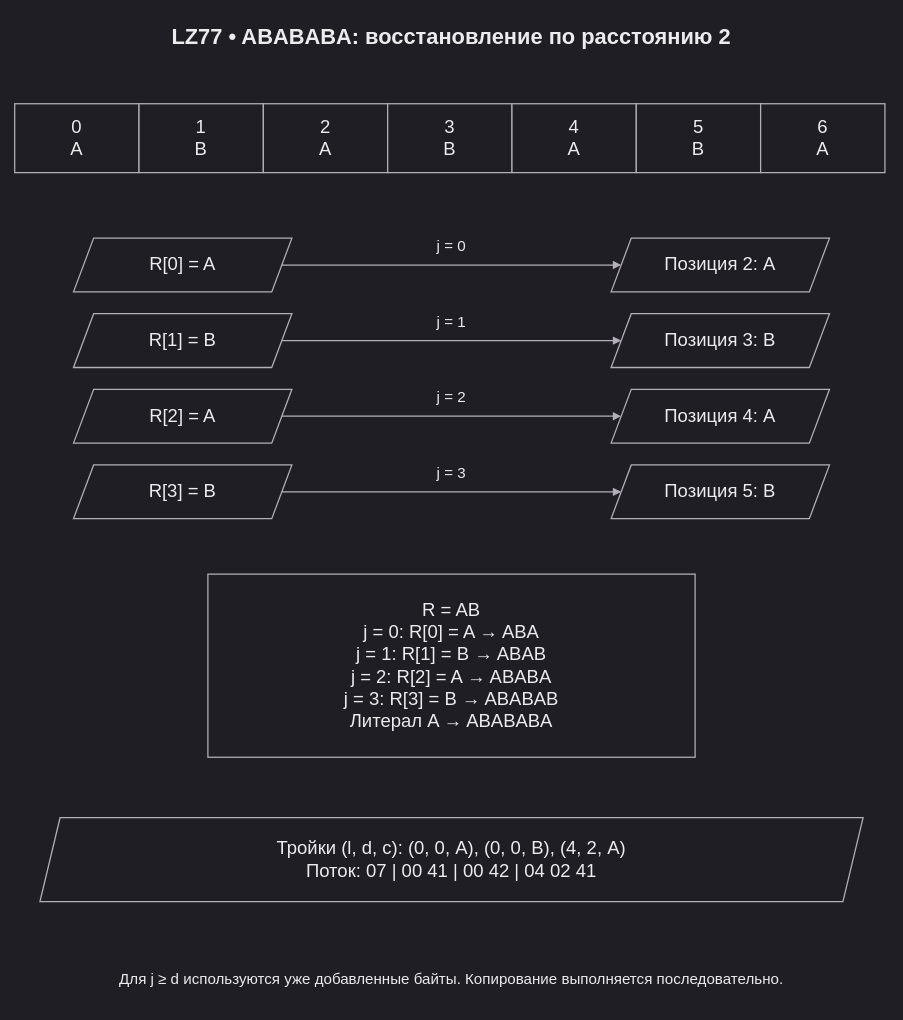
Before: page "lz77" (13 of 29) of docs/diagrams.drawio in SM1LEK/TEST, a draw.io diagram. Source tidied: cells renumbered, new cells numbered last; positions are measured from the earlier drawing's top-left corner, leaving out a move shared by most shapes. Both pictures are drawn from the tidied source at 84%, with x=0, y=0 at pixel (14, 14).
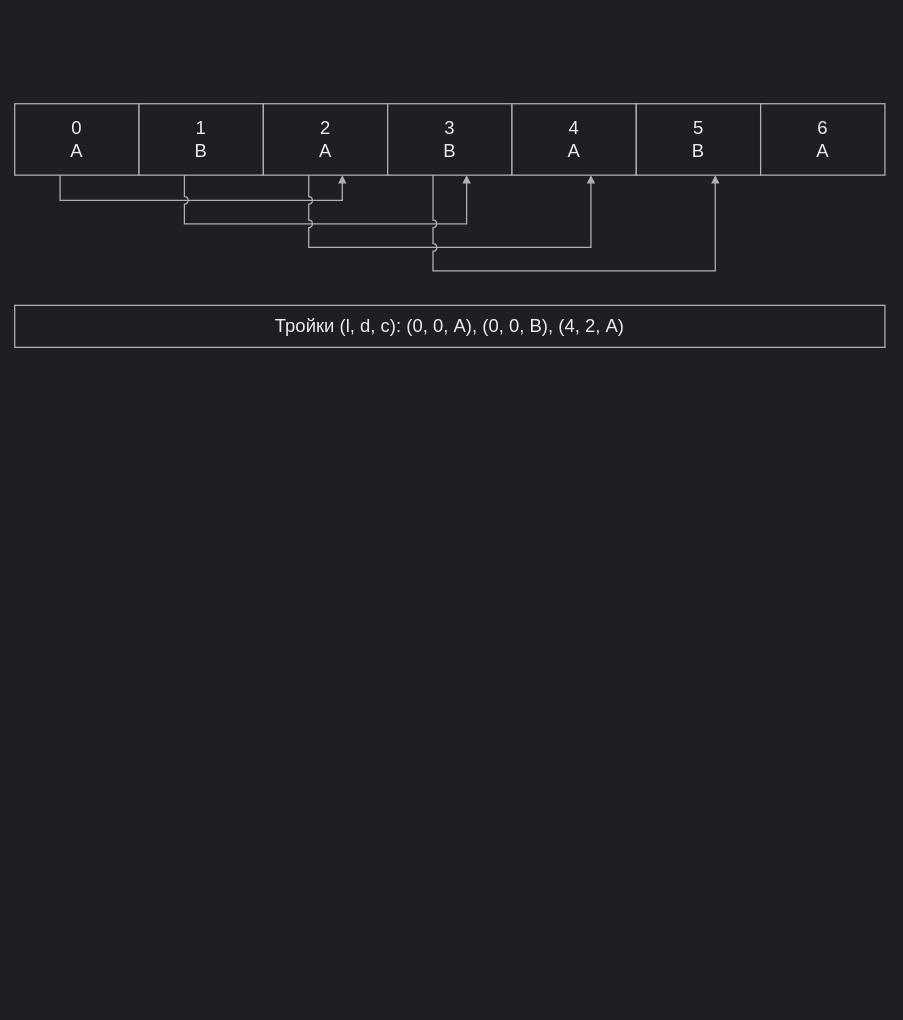
After the change.

What changed in the source:
```diff
@@
-    <mxCell id="2" value="LZ77 • ABABABA: восстановление по расстоянию 2" style="text;whiteSpace=wrap;html=0;fontFamily=Arial;fontSize=26;fontColor=#ececef;strokeColor=#b3afb9;fillColor=#1f1e24;strokeWidth=1.5;align=center;verticalAlign=middle;spacing=10;labelBackgroundColor=none;fontStyle=1;strokeColor=none;fillColor=none;" parent="1" vertex="1">
-      <mxGeometry width="1040" height="52" as="geometry" />
-    </mxCell>
-    <mxCell id="3" value="0&#10;A" style="whiteSpace=wrap;html=0;fontFamily=Arial;fontSize=22;fontColor=#ececef;strokeColor=#b3afb9;fillColor=#1f1e24;strokeWidth=1.5;align=center;verticalAlign=middle;spacing=10;labelBackgroundColor=none;rounded=0;" parent="1" vertex="1">
-      <mxGeometry y="106" width="148" height="82" as="geometry" />
+    <mxCell id="3" value="0&#10;A" style="whiteSpace=wrap;html=0;fillColor=#1f1e24;strokeColor=#b3afb9;fontColor=#ececef;fontFamily=Arial;strokeWidth=1.5;spacing=0;align=center;verticalAlign=middle;labelBackgroundColor=none;fontSize=22;rounded=0;" parent="1" vertex="1">
+      <mxGeometry y="106" width="148" height="85" as="geometry" />
     </mxCell>
-    <mxCell id="4" value="1&#10;B" style="whiteSpace=wrap;html=0;fontFamily=Arial;fontSize=22;fontColor=#ececef;strokeColor=#b3afb9;fillColor=#1f1e24;strokeWidth=1.5;align=center;verticalAlign=middle;spacing=10;labelBackgroundColor=none;rounded=0;" parent="1" vertex="1">
-      <mxGeometry x="148" y="106" width="148" height="82" as="geometry" />
+    <mxCell id="4" value="1&#10;B" style="whiteSpace=wrap;html=0;fillColor=#1f1e24;strokeColor=#b3afb9;fontColor=#ececef;fontFamily=Arial;strokeWidth=1.5;spacing=0;align=center;verticalAlign=middle;labelBackgroundColor=none;fontSize=22;rounded=0;" parent="1" vertex="1">
+      <mxGeometry x="148" y="106" width="148" height="85" as="geometry" />
     </mxCell>
-    <mxCell id="5" value="2&#10;A" style="whiteSpace=wrap;html=0;fontFamily=Arial;fontSize=22;fontColor=#ececef;strokeColor=#b3afb9;fillColor=#1f1e24;strokeWidth=1.5;align=center;verticalAlign=middle;spacing=10;labelBackgroundColor=none;rounded=0;" parent="1" vertex="1">
-      <mxGeometry x="296" y="106" width="148" height="82" as="geometry" />
+    <mxCell id="5" value="2&#10;A" style="whiteSpace=wrap;html=0;fillColor=#1f1e24;strokeColor=#b3afb9;fontColor=#ececef;fontFamily=Arial;strokeWidth=1.5;spacing=0;align=center;verticalAlign=middle;labelBackgroundColor=none;fontSize=22;rounded=0;" parent="1" vertex="1">
+      <mxGeometry x="296" y="106" width="148" height="85" as="geometry" />
     </mxCell>
-    <mxCell id="6" value="3&#10;B" style="whiteSpace=wrap;html=0;fontFamily=Arial;fontSize=22;fontColor=#ececef;strokeColor=#b3afb9;fillColor=#1f1e24;strokeWidth=1.5;align=center;verticalAlign=middle;spacing=10;labelBackgroundColor=none;rounded=0;" parent="1" vertex="1">
-      <mxGeometry x="444" y="106" width="148" height="82" as="geometry" />
+    <mxCell id="6" value="3&#10;B" style="whiteSpace=wrap;html=0;fillColor=#1f1e24;strokeColor=#b3afb9;fontColor=#ececef;fontFamily=Arial;strokeWidth=1.5;spacing=0;align=center;verticalAlign=middle;labelBackgroundColor=none;fontSize=22;rounded=0;" parent="1" vertex="1">
+      <mxGeometry x="444" y="106" width="148" height="85" as="geometry" />
     </mxCell>
-    <mxCell id="7" value="4&#10;A" style="whiteSpace=wrap;html=0;fontFamily=Arial;fontSize=22;fontColor=#ececef;strokeColor=#b3afb9;fillColor=#1f1e24;strokeWidth=1.5;align=center;verticalAlign=middle;spacing=10;labelBackgroundColor=none;rounded=0;" parent="1" vertex="1">
-      <mxGeometry x="592" y="106" width="148" height="82" as="geometry" />
+    <mxCell id="7" value="4&#10;A" style="whiteSpace=wrap;html=0;fillColor=#1f1e24;strokeColor=#b3afb9;fontColor=#ececef;fontFamily=Arial;strokeWidth=1.5;spacing=0;align=center;verticalAlign=middle;labelBackgroundColor=none;fontSize=22;rounded=0;" parent="1" vertex="1">
+      <mxGeometry x="592" y="106" width="148" height="85" as="geometry" />
     </mxCell>
-    <mxCell id="8" value="5&#10;B" style="whiteSpace=wrap;html=0;fontFamily=Arial;fontSize=22;fontColor=#ececef;strokeColor=#b3afb9;fillColor=#1f1e24;strokeWidth=1.5;align=center;verticalAlign=middle;spacing=10;labelBackgroundColor=none;rounded=0;" parent="1" vertex="1">
-      <mxGeometry x="740" y="106" width="148" height="82" as="geometry" />
+    <mxCell id="8" value="5&#10;B" style="whiteSpace=wrap;html=0;fillColor=#1f1e24;strokeColor=#b3afb9;fontColor=#ececef;fontFamily=Arial;strokeWidth=1.5;spacing=0;align=center;verticalAlign=middle;labelBackgroundColor=none;fontSize=22;rounded=0;" parent="1" vertex="1">
+      <mxGeometry x="740" y="106" width="148" height="85" as="geometry" />
     </mxCell>
-    <mxCell id="9" value="6&#10;A" style="whiteSpace=wrap;html=0;fontFamily=Arial;fontSize=22;fontColor=#ececef;strokeColor=#b3afb9;fillColor=#1f1e24;strokeWidth=1.5;align=center;verticalAlign=middle;spacing=10;labelBackgroundColor=none;rounded=0;" parent="1" vertex="1">
-      <mxGeometry x="888" y="106" width="148" height="82" as="geometry" />
+    <mxCell id="9" value="6&#10;A" style="whiteSpace=wrap;html=0;fillColor=#1f1e24;strokeColor=#b3afb9;fontColor=#ececef;fontFamily=Arial;strokeWidth=1.5;spacing=0;align=center;verticalAlign=middle;labelBackgroundColor=none;fontSize=22;rounded=0;" parent="1" vertex="1">
+      <mxGeometry x="888" y="106" width="148" height="85" as="geometry" />
     </mxCell>
-    <mxCell id="10" value="R[0] = A" style="whiteSpace=wrap;html=0;fontFamily=Arial;fontSize=22;fontColor=#ececef;strokeColor=#b3afb9;fillColor=#1f1e24;strokeWidth=1.5;align=center;verticalAlign=middle;spacing=10;labelBackgroundColor=none;shape=parallelogram;perimeter=parallelogramPerimeter;fixedSize=1;size=24;" parent="1" vertex="1">
-      <mxGeometry x="70" y="266" width="260" height="64" as="geometry" />
-    </mxCell>
-    <mxCell id="11" value="Позиция 2: A" style="whiteSpace=wrap;html=0;fontFamily=Arial;fontSize=22;fontColor=#ececef;strokeColor=#b3afb9;fillColor=#1f1e24;strokeWidth=1.5;align=center;verticalAlign=middle;spacing=10;labelBackgroundColor=none;shape=parallelogram;perimeter=parallelogramPerimeter;fixedSize=1;size=24;" parent="1" vertex="1">
-      <mxGeometry x="710" y="266" width="260" height="64" as="geometry" />
-    </mxCell>
-    <mxCell id="12" style="edgeStyle=none;rounded=0;html=0;strokeColor=#b3afb9;strokeWidth=1.5;endArrow=block;endFill=1;exitX=1;exitY=0.5;entryX=0;entryY=0.5;exitPerimeter=1;entryPerimeter=1;dashed=0;" parent="1" edge="1" source="10" target="11">
-      <mxGeometry relative="1" as="geometry" />
-    </mxCell>
-    <mxCell id="13" value="j = 0" style="text;whiteSpace=wrap;html=0;fontFamily=Arial;fontSize=18;fontColor=#ececef;strokeColor=#b3afb9;fillColor=#1f1e24;strokeWidth=1.5;align=center;verticalAlign=middle;spacing=10;labelBackgroundColor=none;strokeColor=none;fillColor=none;" parent="1" vertex="1">
-      <mxGeometry x="486" y="262" width="68" height="28" as="geometry" />
-    </mxCell>
-    <mxCell id="14" value="R[1] = B" style="whiteSpace=wrap;html=0;fontFamily=Arial;fontSize=22;fontColor=#ececef;strokeColor=#b3afb9;fillColor=#1f1e24;strokeWidth=1.5;align=center;verticalAlign=middle;spacing=10;labelBackgroundColor=none;shape=parallelogram;perimeter=parallelogramPerimeter;fixedSize=1;size=24;" parent="1" vertex="1">
-      <mxGeometry x="70" y="356" width="260" height="64" as="geometry" />
-    </mxCell>
-    <mxCell id="15" value="Позиция 3: B" style="whiteSpace=wrap;html=0;fontFamily=Arial;fontSize=22;fontColor=#ececef;strokeColor=#b3afb9;fillColor=#1f1e24;strokeWidth=1.5;align=center;verticalAlign=middle;spacing=10;labelBackgroundColor=none;shape=parallelogram;perimeter=parallelogramPerimeter;fixedSize=1;size=24;" parent="1" vertex="1">
-      <mxGeometry x="710" y="356" width="260" height="64" as="geometry" />
-    </mxCell>
-    <mxCell id="16" style="edgeStyle=none;rounded=0;html=0;strokeColor=#b3afb9;strokeWidth=1.5;endArrow=block;endFill=1;exitX=1;exitY=0.5;entryX=0;entryY=0.5;exitPerimeter=1;entryPerimeter=1;dashed=0;" parent="1" edge="1" source="14" target="15">
-      <mxGeometry relative="1" as="geometry" />
-    </mxCell>
-    <mxCell id="17" value="j = 1" style="text;whiteSpace=wrap;html=0;fontFamily=Arial;fontSize=18;fontColor=#ececef;strokeColor=#b3afb9;fillColor=#1f1e24;strokeWidth=1.5;align=center;verticalAlign=middle;spacing=10;labelBackgroundColor=none;strokeColor=none;fillColor=none;" parent="1" vertex="1">
-      <mxGeometry x="486" y="352" width="68" height="28" as="geometry" />
-    </mxCell>
-    <mxCell id="18" value="R[2] = A" style="whiteSpace=wrap;html=0;fontFamily=Arial;fontSize=22;fontColor=#ececef;strokeColor=#b3afb9;fillColor=#1f1e24;strokeWidth=1.5;align=center;verticalAlign=middle;spacing=10;labelBackgroundColor=none;shape=parallelogram;perimeter=parallelogramPerimeter;fixedSize=1;size=24;" parent="1" vertex="1">
-      <mxGeometry x="70" y="446" width="260" height="64" as="geometry" />
-    </mxCell>
-    <mxCell id="19" value="Позиция 4: A" style="whiteSpace=wrap;html=0;fontFamily=Arial;fontSize=22;fontColor=#ececef;strokeColor=#b3afb9;fillColor=#1f1e24;strokeWidth=1.5;align=center;verticalAlign=middle;spacing=10;labelBackgroundColor=none;shape=parallelogram;perimeter=parallelogramPerimeter;fixedSize=1;size=24;" parent="1" vertex="1">
-      <mxGeometry x="710" y="446" width="260" height="64" as="geometry" />
-    </mxCell>
-    <mxCell id="20" style="edgeStyle=none;rounded=0;html=0;strokeColor=#b3afb9;strokeWidth=1.5;endArrow=block;endFill=1;exitX=1;exitY=0.5;entryX=0;entryY=0.5;exitPerimeter=1;entryPerimeter=1;dashed=0;" parent="1" edge="1" source="18" target="19">
-      <mxGeometry relative="1" as="geometry" />
-    </mxCell>
-    <mxCell id="21" value="j = 2" style="text;whiteSpace=wrap;html=0;fontFamily=Arial;fontSize=18;fontColor=#ececef;strokeColor=#b3afb9;fillColor=#1f1e24;strokeWidth=1.5;align=center;verticalAlign=middle;spacing=10;labelBackgroundColor=none;strokeColor=none;fillColor=none;" parent="1" vertex="1">
-      <mxGeometry x="486" y="442" width="68" height="28" as="geometry" />
-    </mxCell>
-    <mxCell id="22" value="R[3] = B" style="whiteSpace=wrap;html=0;fontFamily=Arial;fontSize=22;fontColor=#ececef;strokeColor=#b3afb9;fillColor=#1f1e24;strokeWidth=1.5;align=center;verticalAlign=middle;spacing=10;labelBackgroundColor=none;shape=parallelogram;perimeter=parallelogramPerimeter;fixedSize=1;size=24;" parent="1" vertex="1">
-      <mxGeometry x="70" y="536" width="260" height="64" as="geometry" />
-    </mxCell>
-    <mxCell id="23" value="Позиция 5: B" style="whiteSpace=wrap;html=0;fontFamily=Arial;fontSize=22;fontColor=#ececef;strokeColor=#b3afb9;fillColor=#1f1e24;strokeWidth=1.5;align=center;verticalAlign=middle;spacing=10;labelBackgroundColor=none;shape=parallelogram;perimeter=parallelogramPerimeter;fixedSize=1;size=24;" parent="1" vertex="1">
-      <mxGeometry x="710" y="536" width="260" height="64" as="geometry" />
-    </mxCell>
-    <mxCell id="24" style="edgeStyle=none;rounded=0;html=0;strokeColor=#b3afb9;strokeWidth=1.5;endArrow=block;endFill=1;exitX=1;exitY=0.5;entryX=0;entryY=0.5;exitPerimeter=1;entryPerimeter=1;dashed=0;" parent="1" edge="1" source="22" target="23">
-      <mxGeometry relative="1" as="geometry" />
-    </mxCell>
-    <mxCell id="25" value="j = 3" style="text;whiteSpace=wrap;html=0;fontFamily=Arial;fontSize=18;fontColor=#ececef;strokeColor=#b3afb9;fillColor=#1f1e24;strokeWidth=1.5;align=center;verticalAlign=middle;spacing=10;labelBackgroundColor=none;strokeColor=none;fillColor=none;" parent="1" vertex="1">
-      <mxGeometry x="486" y="532" width="68" height="28" as="geometry" />
-    </mxCell>
-    <mxCell id="26" value="R = AB&#10;j = 0: R[0] = A → ABA&#10;j = 1: R[1] = B → ABAB&#10;j = 2: R[2] = A → ABABA&#10;j = 3: R[3] = B → ABABAB&#10;Литерал A → ABABABA" style="whiteSpace=wrap;html=0;fontFamily=Arial;fontSize=22;fontColor=#ececef;strokeColor=#b3afb9;fillColor=#1f1e24;strokeWidth=1.5;align=center;verticalAlign=middle;spacing=10;labelBackgroundColor=none;rounded=0;" parent="1" vertex="1">
-      <mxGeometry x="230" y="666" width="580" height="218" as="geometry" />
-    </mxCell>
-    <mxCell id="27" value="Тройки (l, d, c): (0, 0, A), (0, 0, B), (4, 2, A)&#10;Поток: 07 | 00 41 | 00 42 | 04 02 41" style="whiteSpace=wrap;html=0;fontFamily=Arial;fontSize=22;fontColor=#ececef;strokeColor=#b3afb9;fillColor=#1f1e24;strokeWidth=1.5;align=center;verticalAlign=middle;spacing=10;labelBackgroundColor=none;shape=parallelogram;perimeter=parallelogramPerimeter;fixedSize=1;size=24;" parent="1" vertex="1">
-      <mxGeometry x="30" y="956" width="980" height="100" as="geometry" />
-    </mxCell>
-    <mxCell id="28" value="Для j ≥ d используются уже добавленные байты. Копирование выполняется последовательно." style="text;whiteSpace=wrap;html=0;fontFamily=Arial;fontSize=18;fontColor=#ececef;strokeColor=#b3afb9;fillColor=#1f1e24;strokeWidth=1.5;align=center;verticalAlign=middle;spacing=10;labelBackgroundColor=none;strokeColor=none;fillColor=none;" parent="1" vertex="1">
-      <mxGeometry y="1116" width="1040" height="64" as="geometry" />
-    </mxCell>
+    <mxCell id="29" value="Тройки (l, d, c): (0, 0, A), (0, 0, B), (4, 2, A)" style="whiteSpace=wrap;html=0;fillColor=#1f1e24;strokeColor=#b3afb9;fontColor=#ececef;fontFamily=Arial;strokeWidth=1.5;spacing=0;align=center;verticalAlign=middle;labelBackgroundColor=none;fontSize=22;rounded=0;" parent="1" vertex="1">
+      <mxGeometry y="346" width="1036" height="50" as="geometry" />
+    </mxCell>
+    <mxCell id="30" style="edgeStyle=none;rounded=0;html=0;strokeColor=#b3afb9;strokeWidth=1.5;endArrow=block;endFill=1;dashed=0;jumpStyle=arc;jumpSize=8;" parent="1" edge="1">
+      <mxGeometry relative="1" as="geometry">
+        <mxPoint x="54" y="191" as="sourcePoint" />
+        <mxPoint x="390" y="191" as="targetPoint" />
+        <Array as="points">
+          <mxPoint x="54" y="221" />
+          <mxPoint x="197" y="221" />
+          <mxPoint x="207" y="221" />
+          <mxPoint x="345" y="221" />
+          <mxPoint x="355" y="221" />
+          <mxPoint x="390" y="221" />
+        </Array>
+      </mxGeometry>
+    </mxCell>
+    <mxCell id="31" style="edgeStyle=none;rounded=0;html=0;strokeColor=#b3afb9;strokeWidth=1.5;endArrow=block;endFill=1;dashed=0;jumpStyle=arc;jumpSize=8;" parent="1" edge="1">
+      <mxGeometry relative="1" as="geometry">
+        <mxPoint x="202" y="191" as="sourcePoint" />
+        <mxPoint x="538" y="191" as="targetPoint" />
+        <Array as="points">
+          <mxPoint x="202" y="249" />
+          <mxPoint x="345" y="249" />
+          <mxPoint x="355" y="249" />
+          <mxPoint x="493" y="249" />
+          <mxPoint x="503" y="249" />
+          <mxPoint x="538" y="249" />
+        </Array>
+      </mxGeometry>
+    </mxCell>
+    <mxCell id="32" style="edgeStyle=none;rounded=0;html=0;strokeColor=#b3afb9;strokeWidth=1.5;endArrow=block;endFill=1;dashed=0;jumpStyle=arc;jumpSize=8;" parent="1" edge="1">
+      <mxGeometry relative="1" as="geometry">
+        <mxPoint x="350" y="191" as="sourcePoint" />
+        <mxPoint x="686" y="191" as="targetPoint" />
+        <Array as="points">
+          <mxPoint x="350" y="277" />
+          <mxPoint x="493" y="277" />
+          <mxPoint x="503" y="277" />
+          <mxPoint x="686" y="277" />
+        </Array>
+      </mxGeometry>
+    </mxCell>
+    <mxCell id="33" style="edgeStyle=none;rounded=0;html=0;strokeColor=#b3afb9;strokeWidth=1.5;endArrow=block;endFill=1;dashed=0;jumpStyle=arc;jumpSize=8;" parent="1" edge="1">
+      <mxGeometry relative="1" as="geometry">
+        <mxPoint x="498" y="191" as="sourcePoint" />
+        <mxPoint x="834" y="191" as="targetPoint" />
+        <Array as="points">
+          <mxPoint x="498" y="305" />
+          <mxPoint x="834" y="305" />
+        </Array>
+      </mxGeometry>
+    </mxCell>
```
